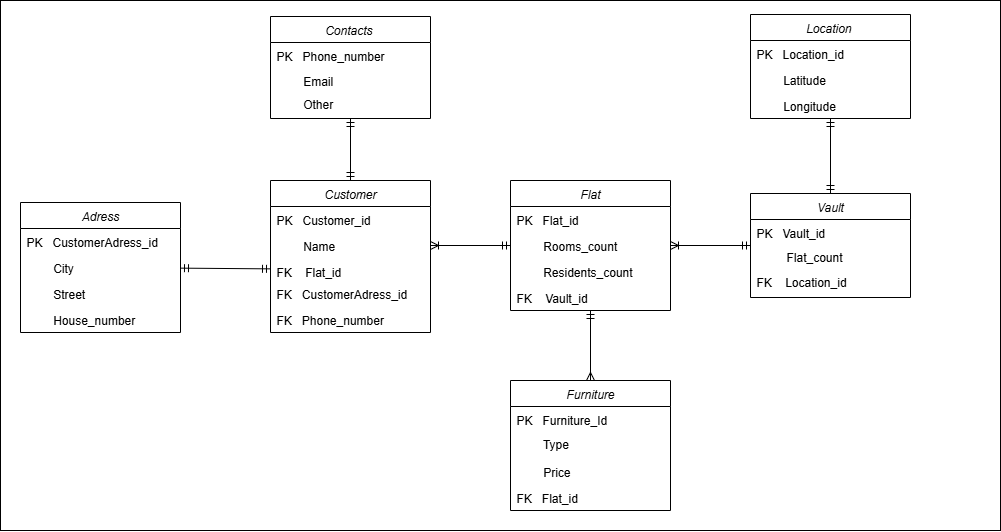
Above: Vaultbooking diagram.png in iWANbpe/Vaultbooking (draw.io), before the change. Source tidied: cells renumbered, new cells last; positions are measured from the earlier drawing's top-left corner, leaving out a move shared by most shapes.
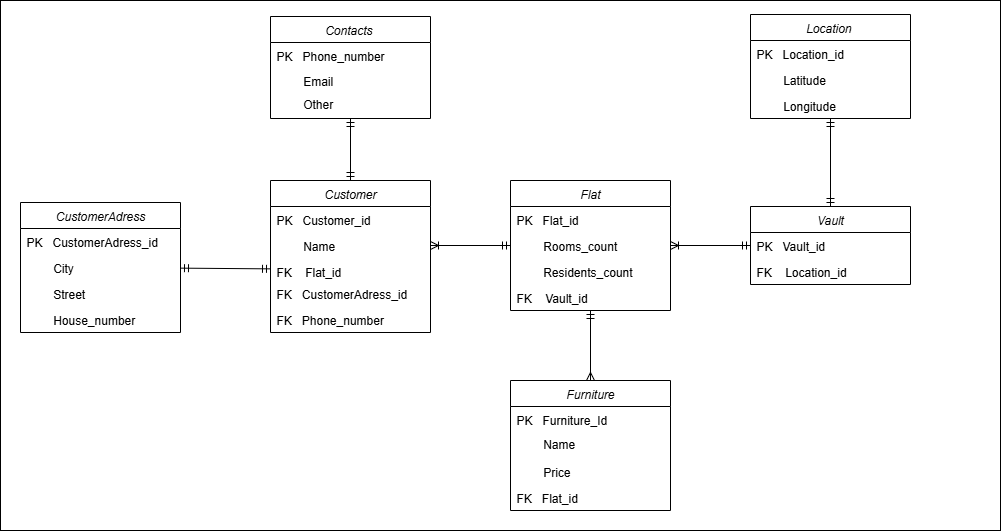
After the change.

Change to the diagram source:
```diff
@@ -55,13 +55,22 @@
     <mxCell id="18" value="PK   Furniture_Id" style="text;align=left;verticalAlign=top;spacingLeft=4;spacingRight=4;overflow=hidden;" parent="17" vertex="1">
       <mxGeometry y="26" width="160" height="26" as="geometry" />
     </mxCell>
+    <mxCell id="40" value="Vault" style="swimlane;fontStyle=2;align=center;verticalAlign=top;horizontal=1;startSize=26;rounded=0;shadow=0;strokeWidth=1;" parent="1" vertex="1">
+      <mxGeometry x="750" y="206" width="160" height="78" as="geometry" />
+    </mxCell>
+    <mxCell id="41" value="PK   Vault_id" style="text;align=left;verticalAlign=top;spacingLeft=4;spacingRight=4;overflow=hidden;" parent="40" vertex="1">
+      <mxGeometry y="26" width="160" height="26" as="geometry" />
+    </mxCell>
+    <mxCell id="42" value="FK    Location_id" style="text;align=left;verticalAlign=top;spacingLeft=4;spacingRight=4;overflow=hidden;" parent="40" vertex="1">
+      <mxGeometry y="52" width="160" height="26" as="geometry" />
+    </mxCell>
     <mxCell id="19" style="edgeStyle=orthogonalEdgeStyle;rounded=0;jettySize=auto;html=1;entryX=0.5;entryY=0;entryDx=0;entryDy=0;endArrow=ERmandOne;endFill=0;startArrow=ERmandOne;startFill=0;" parent="1" edge="1" source="35" target="3">
       <mxGeometry relative="1" as="geometry" />
     </mxCell>
     <mxCell id="20" style="rounded=0;jettySize=auto;html=1;startArrow=ERmandOne;startFill=0;endArrow=ERmandOne;endFill=0;" parent="1" edge="1" source="21" target="7">
       <mxGeometry relative="1" as="geometry" />
     </mxCell>
-    <mxCell id="21" value="Adress" style="swimlane;fontStyle=2;align=center;verticalAlign=top;horizontal=1;startSize=26;rounded=0;shadow=0;strokeWidth=1;" parent="1" vertex="1">
+    <mxCell id="21" value="CustomerAdress" style="swimlane;fontStyle=2;align=center;verticalAlign=top;horizontal=1;startSize=26;rounded=0;shadow=0;strokeWidth=1;" parent="1" vertex="1">
       <mxGeometry x="20" y="202" width="160" height="130" as="geometry" />
     </mxCell>
     <mxCell id="22" value="PK   CustomerAdress_id" style="text;align=left;verticalAlign=top;spacingLeft=4;spacingRight=4;overflow=hidden;rounded=0;shadow=0;html=0;fontStyle=0;" parent="21" vertex="1">
@@ -91,7 +100,7 @@
     <mxCell id="30" value="        Longitude" style="text;align=left;verticalAlign=top;spacingLeft=4;spacingRight=4;overflow=hidden;" parent="27" vertex="1">
       <mxGeometry y="78" width="160" height="26" as="geometry" />
     </mxCell>
-    <mxCell id="31" value="        Type" style="text;align=left;verticalAlign=top;spacingLeft=4;spacingRight=4;overflow=hidden;" parent="1" vertex="1">
+    <mxCell id="31" value="        Name" style="text;align=left;verticalAlign=top;spacingLeft=4;spacingRight=4;overflow=hidden;" parent="1" vertex="1">
       <mxGeometry x="510" y="430" width="160" height="26" as="geometry" />
     </mxCell>
     <mxCell id="32" value="        Price" style="text;align=left;verticalAlign=top;spacingLeft=4;spacingRight=4;overflow=hidden;" parent="1" vertex="1">
@@ -115,20 +124,5 @@
     <mxCell id="38" value="        Other" style="text;align=left;verticalAlign=top;spacingLeft=4;spacingRight=4;overflow=hidden;" parent="34" vertex="1">
       <mxGeometry y="74.7" width="160" height="23.7" as="geometry" />
     </mxCell>
-    <mxCell id="39" style="group;" parent="1" vertex="1">
-      <mxGeometry x="750" y="193" width="160" height="104" as="geometry" />
-    </mxCell>
-    <mxCell id="40" value="Vault" style="swimlane;fontStyle=2;align=center;verticalAlign=top;horizontal=1;startSize=26;rounded=0;shadow=0;strokeWidth=1;" parent="39" vertex="1">
-      <mxGeometry width="160" height="104" as="geometry" />
-    </mxCell>
-    <mxCell id="41" value="PK   Vault_id" style="text;align=left;verticalAlign=top;spacingLeft=4;spacingRight=4;overflow=hidden;" parent="40" vertex="1">
-      <mxGeometry y="26" width="160" height="28.8" as="geometry" />
-    </mxCell>
-    <mxCell id="42" value="FK    Location_id" style="text;align=left;verticalAlign=top;spacingLeft=4;spacingRight=4;overflow=hidden;" parent="39" vertex="1">
-      <mxGeometry y="75.2" width="160" height="28.8" as="geometry" />
-    </mxCell>
-    <mxCell id="43" value="         Flat_count" style="text;align=left;verticalAlign=top;spacingLeft=4;spacingRight=4;overflow=hidden;" parent="39" vertex="1">
-      <mxGeometry y="50.9" width="160" height="28.8" as="geometry" />
-    </mxCell>
   </root>
 </mxGraphModel>
```
